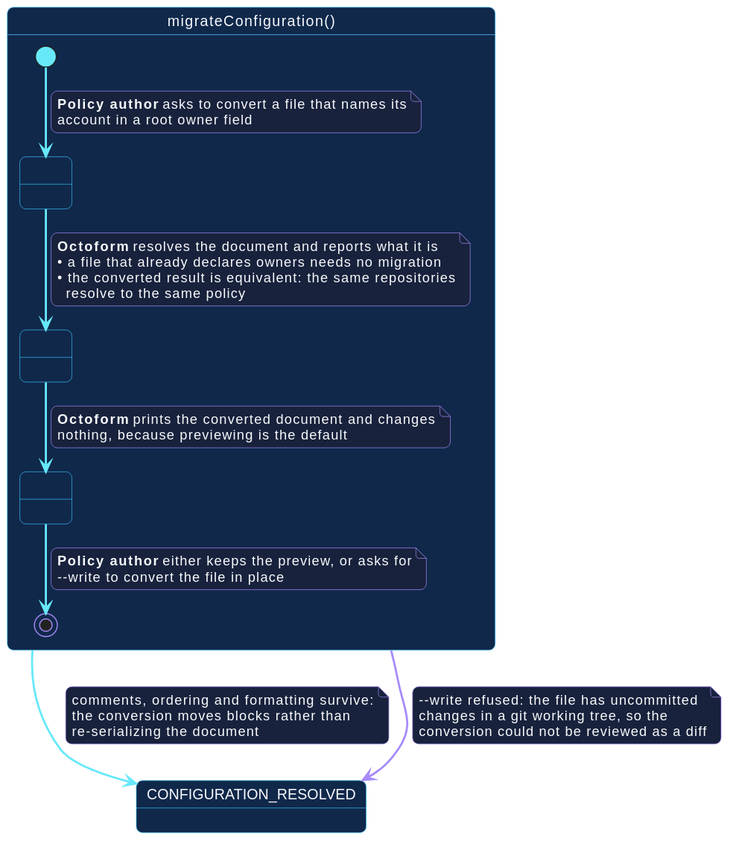
The PlantUML diagram docs/assets/diagrams/uc-migrate-configuration.svg in hector-ae21/octoform-docs, before a commit. Its diagram source:
```plantuml
@startuml
!include _theme.iuml

state migrateConfiguration as "migrateConfiguration()" {

  state " " as RequestingConversion
  state " " as Previewing
  state " " as Deciding

  [*] --> RequestingConversion
  note on link
  <b>Policy author</b> asks to convert a file that names its
  account in a root owner field
  end note

  RequestingConversion --> Previewing
  note on link
  <b>Octoform</b> resolves the document and reports what it is
  • a file that already declares owners needs no migration
  • the converted result is equivalent: the same repositories
    resolve to the same policy
  end note

  Previewing --> Deciding
  note on link
  <b>Octoform</b> prints the converted document and changes
  nothing, because previewing is the default
  end note

  Deciding --> [*]
  note on link
  <b>Policy author</b> either keeps the preview, or asks for
  --write to convert the file in place
  end note
}

migrateConfiguration --> CONFIGURATION_RESOLVED
note on link
comments, ordering and formatting survive:
the conversion moves blocks rather than
re-serializing the document
end note

migrateConfiguration -[#A78BFA]-> CONFIGURATION_RESOLVED
note on link
--write refused: the file has uncommitted
changes in a git working tree, so the
conversion could not be reviewed as a diff
end note
@enduml
```
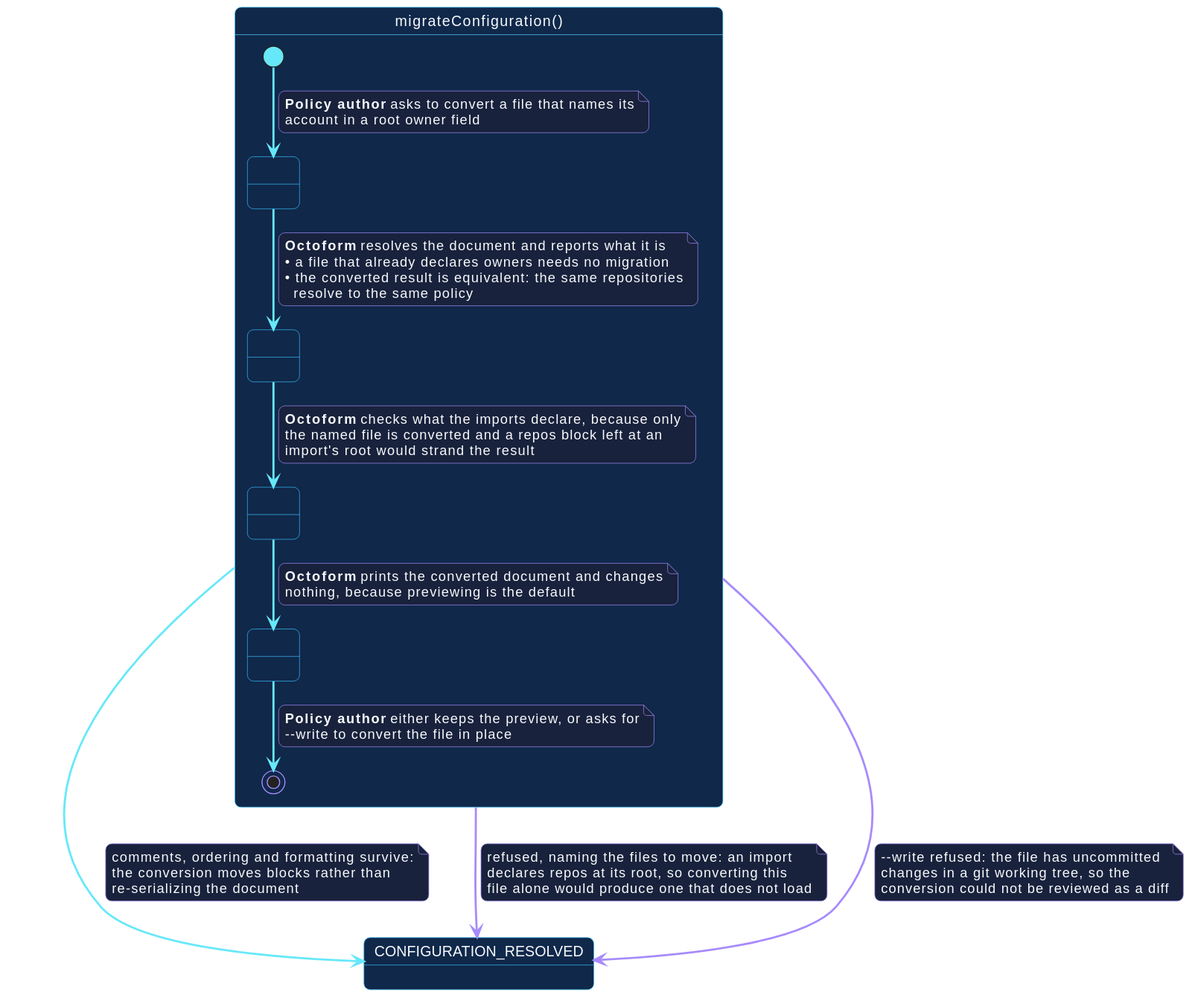
Above is the later version.

Change to the diagram source:
```diff
@@ -4,6 +4,7 @@
 state migrateConfiguration as "migrateConfiguration()" {
 
   state " " as RequestingConversion
+  state " " as CheckingImports
   state " " as Previewing
   state " " as Deciding
 
@@ -13,12 +14,19 @@
   account in a root owner field
   end note
 
-  RequestingConversion --> Previewing
+  RequestingConversion --> CheckingImports
   note on link
   <b>Octoform</b> resolves the document and reports what it is
   • a file that already declares owners needs no migration
   • the converted result is equivalent: the same repositories
     resolve to the same policy
+  end note
+
+  CheckingImports --> Previewing
+  note on link
+  <b>Octoform</b> checks what the imports declare, because only
+  the named file is converted and a repos block left at an
+  import's root would strand the result
   end note
 
   Previewing --> Deciding
@@ -43,6 +51,13 @@
 
 migrateConfiguration -[#A78BFA]-> CONFIGURATION_RESOLVED
 note on link
+refused, naming the files to move: an import
+declares repos at its root, so converting this
+file alone would produce one that does not load
+end note
+
+migrateConfiguration -[#A78BFA]-> CONFIGURATION_RESOLVED
+note on link
 --write refused: the file has uncommitted
 changes in a git working tree, so the
 conversion could not be reviewed as a diff
```
